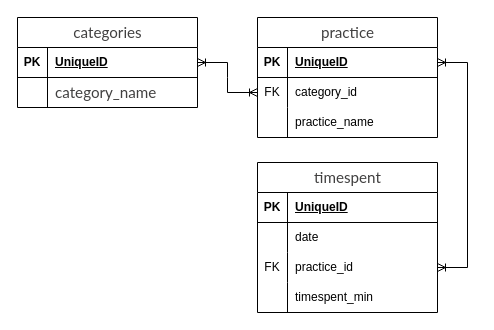
Earlier version of the draw.io diagram fbc_timespent.drawio (namacosansan/ER). Source tidied: cells renumbered, new cells numbered last; positions are measured from the earlier drawing's top-left corner, leaving out a move shared by most shapes. Both pictures are drawn from the tidied source at 100%, with x=0, y=0 at pixel (17, -8).
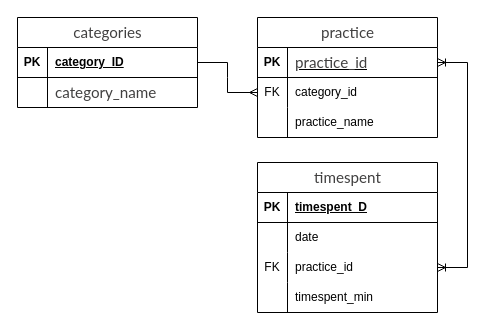
The same diagram, later.

Commit message (it also covers changes not shown here):
fbc_timespent.drawio を更新します

Unchanged cells that the change refers to:
```xml
<mxCell id="3" style="shape=tableRow;horizontal=0;startSize=0;swimlaneHead=0;swimlaneBody=0;fillColor=none;points=[[0,0.5],[1,0.5]];portConstraint=eastwest;top=0;left=0;right=0;bottom=1;" parent="2" vertex="1">
  <mxGeometry y="30" width="180" height="30" as="geometry" />
</mxCell>
<mxCell id="11" style="shape=tableRow;horizontal=0;startSize=0;swimlaneHead=0;swimlaneBody=0;fillColor=none;points=[[0,0.5],[1,0.5]];portConstraint=eastwest;top=0;left=0;right=0;bottom=1;" parent="10" vertex="1">
  <mxGeometry y="30" width="180" height="30" as="geometry" />
</mxCell>
<mxCell id="14" style="shape=tableRow;horizontal=0;startSize=0;swimlaneHead=0;swimlaneBody=0;fillColor=none;points=[[0,0.5],[1,0.5]];portConstraint=eastwest;top=0;left=0;right=0;bottom=0;" parent="10" vertex="1">
  <mxGeometry y="60" width="180" height="30" as="geometry" />
</mxCell>
<mxCell id="21" style="shape=tableRow;horizontal=0;startSize=0;swimlaneHead=0;swimlaneBody=0;fillColor=none;top=0;left=0;right=0;bottom=1;" parent="20" vertex="1">
  <mxGeometry y="30" width="180" height="30" as="geometry" />
</mxCell>
```

What changed in the source:
```diff
@@
-    <mxCell id="5" value="UniqueID" style="shape=partialRectangle;fillColor=none;top=0;left=0;bottom=0;right=0;align=left;spacingLeft=6;fontStyle=5;overflow=hidden;whiteSpace=wrap;html=1;" parent="3" vertex="1">
+    <mxCell id="5" value="category_ID" style="shape=partialRectangle;fillColor=none;top=0;left=0;bottom=0;right=0;align=left;spacingLeft=6;fontStyle=5;overflow=hidden;whiteSpace=wrap;html=1;" parent="3" vertex="1">
       <mxGeometry x="30" width="150" height="30" as="geometry" />
     </mxCell>
@@
-    <mxCell id="9" style="edgeStyle=entityRelationEdgeStyle;fontSize=12;html=1;endArrow=ERoneToMany;startArrow=ERoneToMany;rounded=0;exitX=1;exitY=0.5;exitDx=0;exitDy=0;entryX=0;entryY=0.5;entryDx=0;entryDy=0;" parent="1" edge="1" source="3" target="14">
-      <mxGeometry relative="1" as="geometry" />
-    </mxCell>
@@
-    <mxCell id="13" value="UniqueID" style="shape=partialRectangle;fillColor=none;top=0;left=0;bottom=0;right=0;align=left;spacingLeft=6;fontStyle=5;overflow=hidden;whiteSpace=wrap;html=1;" parent="11" vertex="1">
+    <mxCell id="13" value="&lt;font face=&quot;Lato, Helvetica Neue, Helvetica, Arial, Hiragino Maru Gothic Pro, Meiryo, MS PGothic, sans-serif&quot; color=&quot;#414040&quot;&gt;&lt;span style=&quot;font-size: 15.2px; font-weight: 400; background-color: rgb(255, 255, 255);&quot;&gt;practice_id&lt;/span&gt;&lt;/font&gt;" style="shape=partialRectangle;fillColor=none;top=0;left=0;bottom=0;right=0;align=left;spacingLeft=6;fontStyle=5;overflow=hidden;whiteSpace=wrap;html=1;" parent="11" vertex="1">
       <mxGeometry x="30" width="150" height="30" as="geometry" />
     </mxCell>
@@
-    <mxCell id="23" value="UniqueID" style="shape=partialRectangle;fillColor=none;top=0;left=0;bottom=0;right=0;align=left;spacingLeft=6;fontStyle=5;overflow=hidden;whiteSpace=wrap;html=1;" parent="21" vertex="1">
+    <mxCell id="23" value="timespent_D" style="shape=partialRectangle;fillColor=none;top=0;left=0;bottom=0;right=0;align=left;spacingLeft=6;fontStyle=5;overflow=hidden;whiteSpace=wrap;html=1;" parent="21" vertex="1">
       <mxGeometry x="30" width="150" height="30" as="geometry" />
     </mxCell>
@@
+    <mxCell id="9" style="edgeStyle=entityRelationEdgeStyle;fontSize=12;html=1;endArrow=ERmany;rounded=0;exitX=1;exitY=0.5;exitDx=0;exitDy=0;entryX=0;entryY=0.5;entryDx=0;entryDy=0;" parent="1" edge="1" source="3" target="14">
+      <mxGeometry relative="1" as="geometry" />
+    </mxCell>
```
